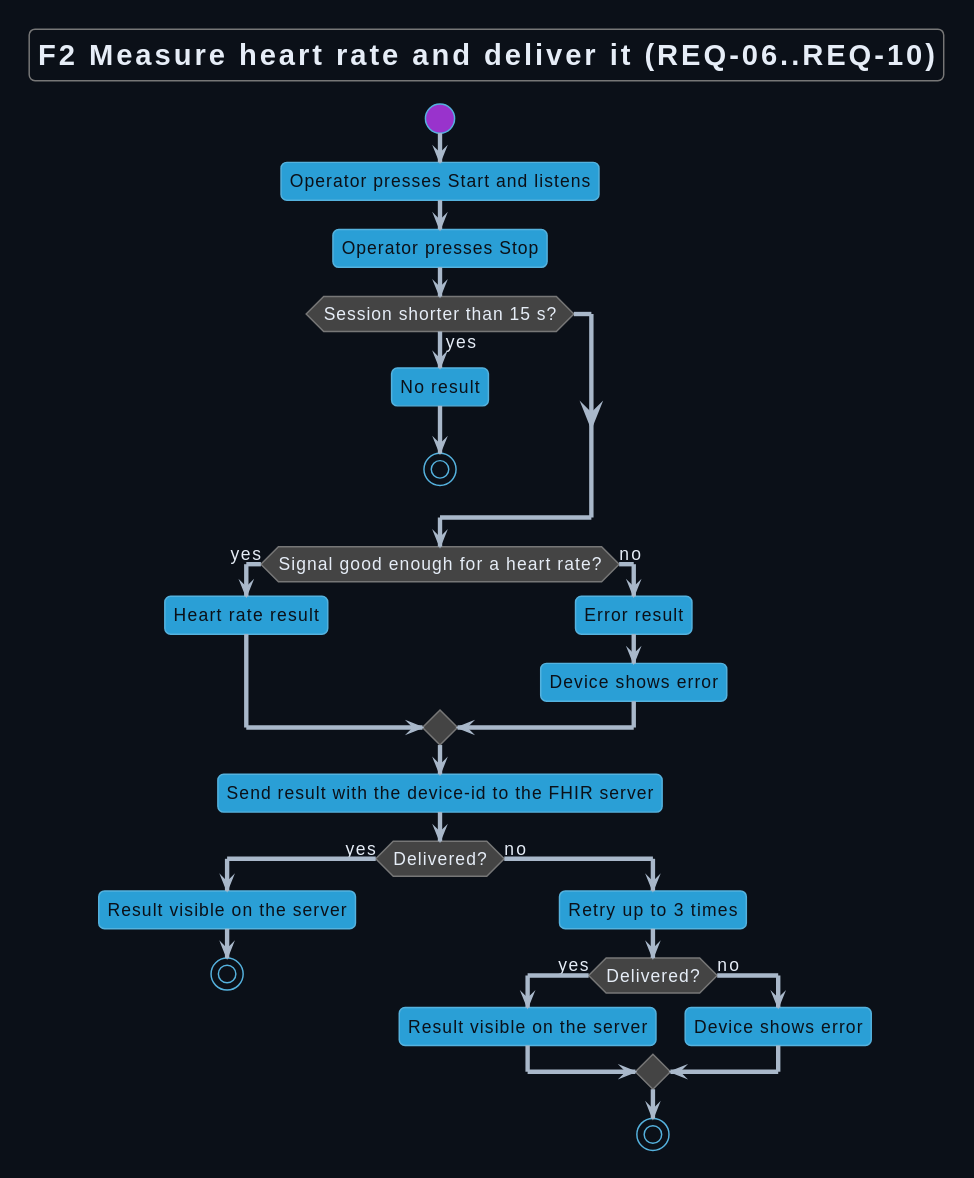
This is Development/system/requirements/use-cases/rendered/uc_02_measure_and_deliver.svg from DemonicPsychoII/DigitalStethoscope, a PlantUML export, as it was before one commit.
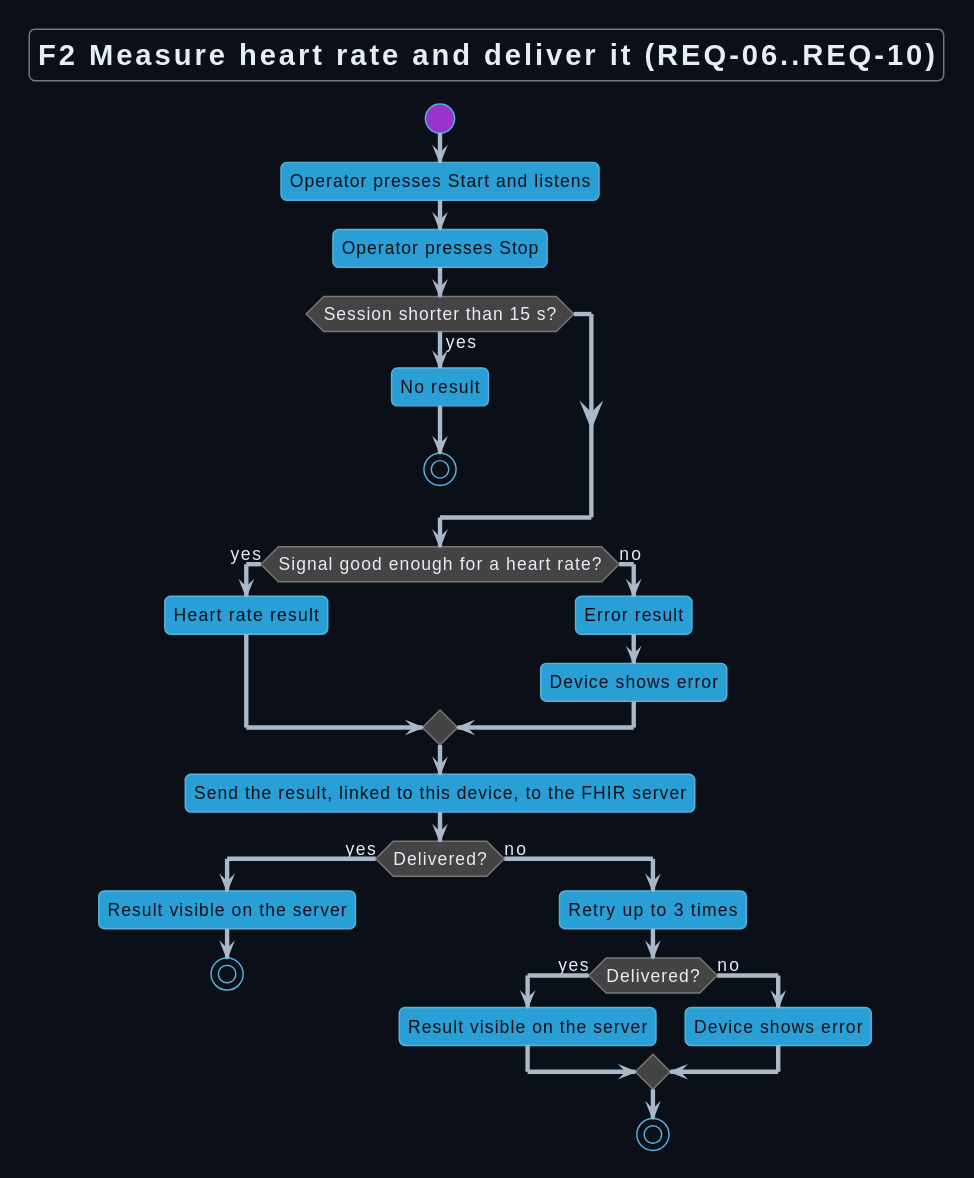
After the change.

Diff of the diagram source:
```diff
@@ -23,7 +23,7 @@
  :Error result;
  :Device shows error;
 endif
-:Send result with the device-id to the FHIR server;
+:Send the result, linked to this device, to the FHIR server;
 if (Delivered?) then (yes)
  :Result visible on the server;
  stop
```
